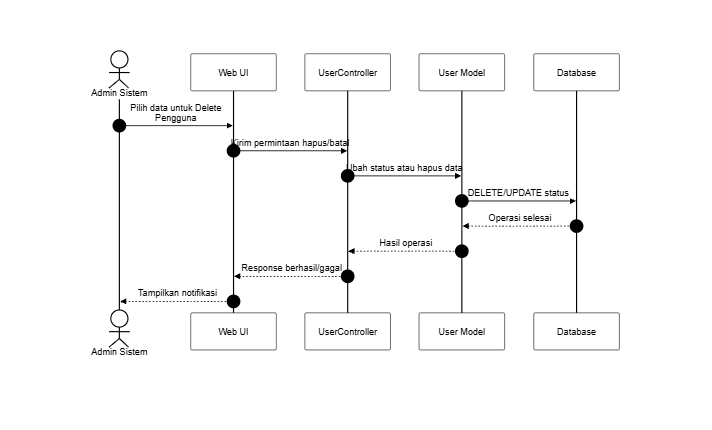
This is docs/SequenceDiagram/PNG_Transparent/KelolaPengguna-DeletePengguna.png from SulaimanHafi23/SimpegRSHDI, a Mermaid export, as it was before one commit. Its source is kept beside it as docs/SequenceDiagram/KelolaPengguna-DeletePengguna.mermaid.
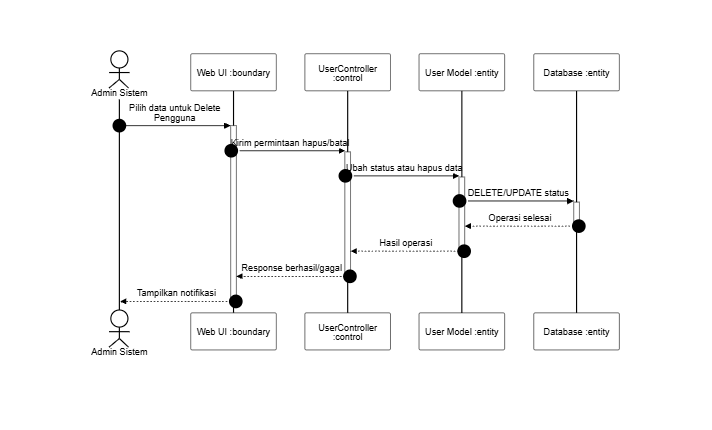
After the change.

Change to the diagram source:
```diff
@@ -2,16 +2,16 @@
 sequenceDiagram
     autonumber
     actor A as Admin Sistem
-    participant UI as Web UI
-    participant C as UserController
-    participant M as User Model
-    participant DB as Database
+    participant UI as Web UI :boundary
+    participant C as UserController :control
+    participant M as User Model :entity
+    participant DB as Database :entity
 
-    A->>UI: Pilih data untuk Delete Pengguna
-    UI->>C: Kirim permintaan hapus/batal
-    C->>M: Ubah status atau hapus data
-    M->>DB: DELETE/UPDATE status
-    DB-->>M: Operasi selesai
-    M-->>C: Hasil operasi
-    C-->>UI: Response berhasil/gagal
-    UI-->>A: Tampilkan notifikasi
+    A->>+UI: Pilih data untuk Delete Pengguna
+    UI->>+C: Kirim permintaan hapus/batal
+    C->>+M: Ubah status atau hapus data
+    M->>+DB: DELETE/UPDATE status
+    DB-->>-M: Operasi selesai
+    M-->>-C: Hasil operasi
+    C-->>-UI: Response berhasil/gagal
+    UI-->>-A: Tampilkan notifikasi
```
